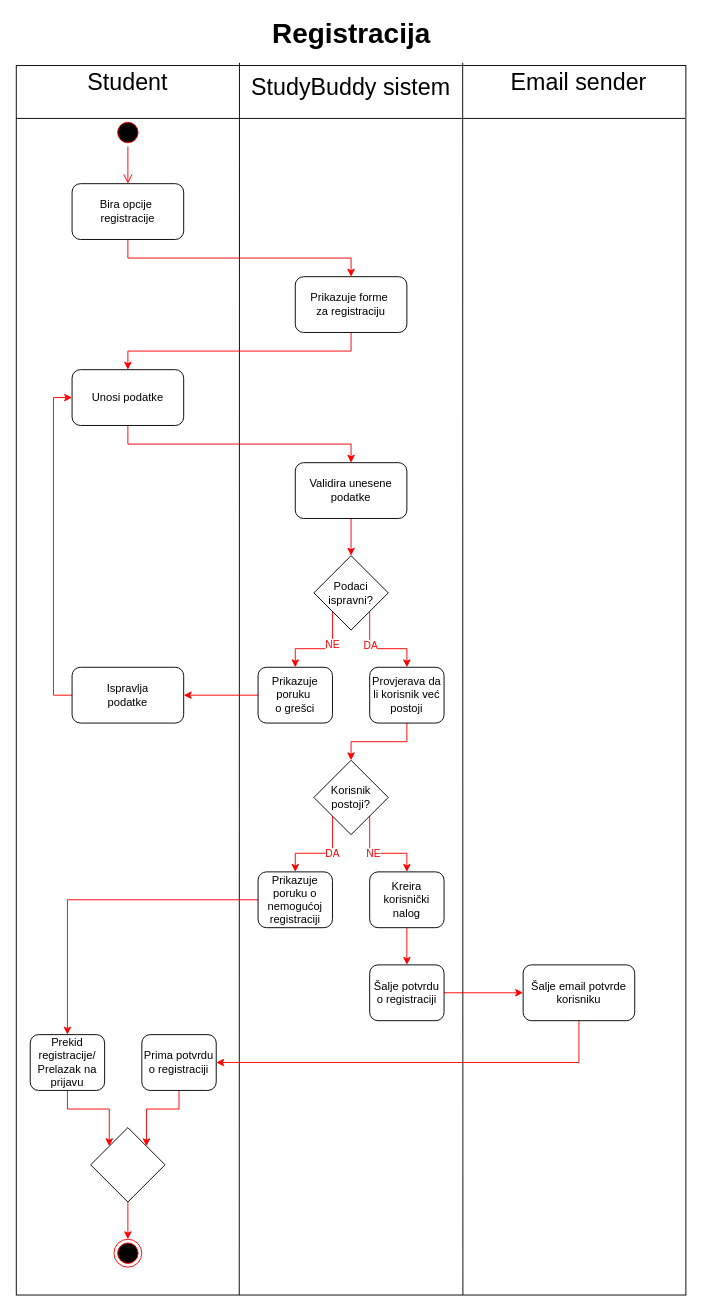
Before: activity dijagrami/raw/Activity_registracija.drawio in ooad-2025-26/Grupa8-Tim3, a draw.io diagram. Source tidied: cells renumbered, new cells numbered last; positions are measured from the earlier drawing's top-left corner, leaving out a move shared by most shapes. Both pictures are drawn from the tidied source at 93%, with x=0, y=0 at pixel (16, 20).
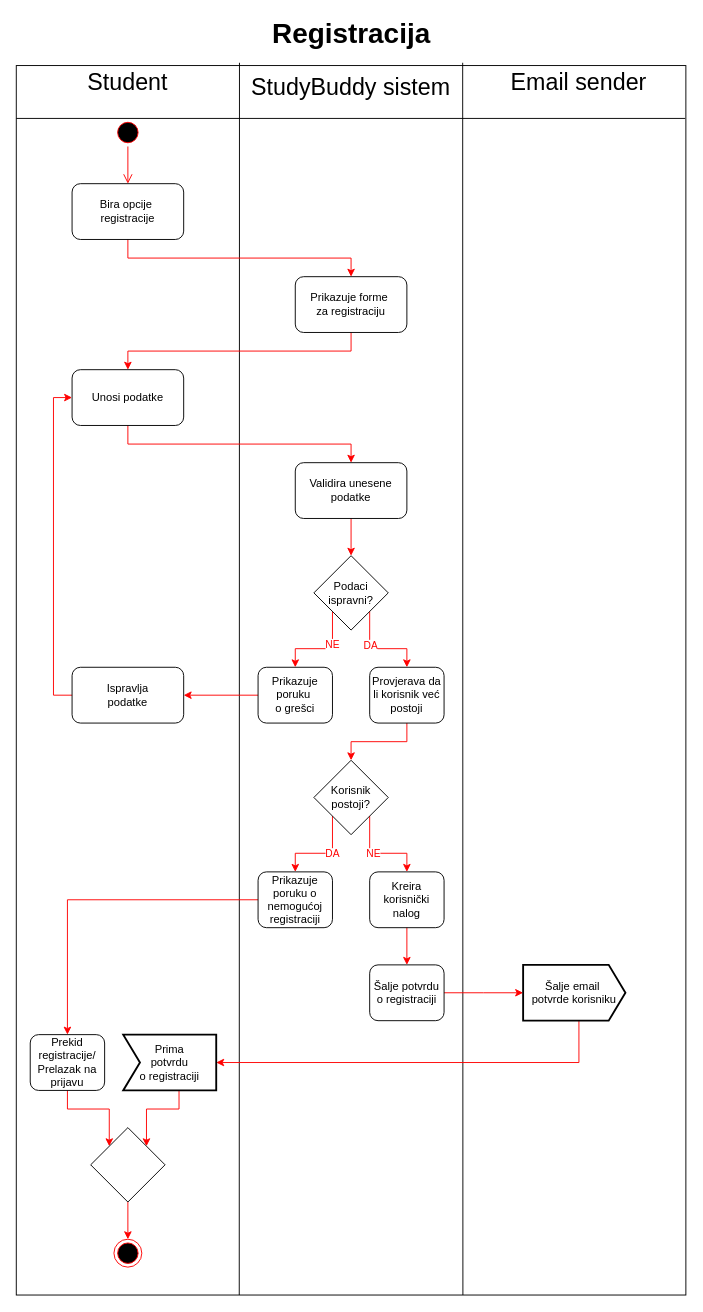
After the change.

Commit message (it also covers changes not shown here):
activity dijagrami - t3

The change refers to these unchanged cells:
```xml
<mxCell id="42" value="Šalje potvrdu o registraciji" style="rounded=1;whiteSpace=wrap;html=1;fillColor=none;strokeColor=light-dark(#000000,#000000);" parent="1" vertex="1">
  <mxGeometry x="380" y="1015" width="80" height="60" as="geometry" />
</mxCell>
```

What changed in the source:
```diff
@@
-    <mxCell id="39" style="edgeStyle=orthogonalEdgeStyle;rounded=0;jettySize=auto;html=1;exitX=0.5;exitY=1;exitDx=0;exitDy=0;entryX=1;entryY=0.5;entryDx=0;entryDy=0;strokeColor=#FF0000;fontColor=#FF0000;" parent="1" edge="1" source="40" target="49">
-      <mxGeometry relative="1" as="geometry" />
+    <mxCell id="39" style="edgeStyle=orthogonalEdgeStyle;rounded=0;orthogonalLoop=1;jettySize=auto;html=1;exitX=0.5;exitY=1;exitDx=0;exitDy=0;entryX=1;entryY=0.5;entryDx=0;entryDy=0;strokeColor=#FF0000;fontColor=#FF0000;" parent="1" edge="1">
+      <mxGeometry relative="1" as="geometry">
+        <mxPoint x="605" y="1075" as="sourcePoint" />
+        <mxPoint x="215" y="1120" as="targetPoint" />
+        <Array as="points">
+          <mxPoint x="605" y="1120" />
+        </Array>
+      </mxGeometry>
     </mxCell>
-    <mxCell id="40" value="Šalje email potvrde korisniku" style="rounded=1;whiteSpace=wrap;html=1;fillColor=none;strokeColor=light-dark(#000000,#000000);" parent="1" vertex="1">
-      <mxGeometry x="545" y="1015" width="120" height="60" as="geometry" />
-    </mxCell>
-    <mxCell id="41" style="edgeStyle=orthogonalEdgeStyle;rounded=0;jettySize=auto;html=1;exitX=1;exitY=0.5;exitDx=0;exitDy=0;entryX=0;entryY=0.5;entryDx=0;entryDy=0;strokeColor=#FF0000;fontColor=#FF0000;" parent="1" edge="1" source="42" target="40">
-      <mxGeometry relative="1" as="geometry" />
+    <mxCell id="41" style="edgeStyle=orthogonalEdgeStyle;rounded=0;jettySize=auto;html=1;exitX=1;exitY=0.5;exitDx=0;exitDy=0;entryX=0;entryY=0.5;entryDx=0;entryDy=0;strokeColor=#FF0000;fontColor=#FF0000;" parent="1" edge="1" source="42">
+      <mxGeometry relative="1" as="geometry">
+        <mxPoint x="545" y="1045" as="targetPoint" />
+      </mxGeometry>
     </mxCell>
@@
-    <mxCell id="48" style="edgeStyle=orthogonalEdgeStyle;rounded=0;jettySize=auto;html=1;exitX=0.5;exitY=1;exitDx=0;exitDy=0;entryX=1;entryY=0;entryDx=0;entryDy=0;strokeColor=#FF0000;" parent="1" edge="1" source="49" target="50">
-      <mxGeometry relative="1" as="geometry" />
+    <mxCell id="48" style="edgeStyle=orthogonalEdgeStyle;rounded=0;jettySize=auto;html=1;exitX=0.5;exitY=1;exitDx=0;exitDy=0;entryX=1;entryY=0;entryDx=0;entryDy=0;strokeColor=#FF0000;" parent="1" edge="1" target="50">
+      <mxGeometry relative="1" as="geometry">
+        <mxPoint x="175" y="1150" as="sourcePoint" />
+        <Array as="points">
+          <mxPoint x="175" y="1170" />
+          <mxPoint x="140" y="1170" />
+        </Array>
+      </mxGeometry>
     </mxCell>
+    <mxCell id="50" style="rhombus;whiteSpace=wrap;html=1;fillColor=none;" parent="1" vertex="1">
+      <mxGeometry x="80" y="1190" width="80" height="80" as="geometry" />
+    </mxCell>
+    <mxCell id="40" value="Šalje email&amp;nbsp;&lt;div&gt;potvrde korisniku&lt;/div&gt;" style="html=1;shape=mxgraph.sysml.sendSigAct;strokeWidth=2;whiteSpace=wrap;align=center;fillColor=none;" parent="1" vertex="1">
+      <mxGeometry x="545" y="1015" width="110" height="60" as="geometry" />
+    </mxCell>
-    <mxCell id="49" value="Prima potvrdu o registraciji" style="rounded=1;whiteSpace=wrap;html=1;fillColor=none;strokeColor=light-dark(#000000,#000000);" parent="1" vertex="1">
-      <mxGeometry x="135" y="1090" width="80" height="60" as="geometry" />
+    <mxCell id="49" value="Prima&lt;div&gt;&amp;nbsp;potvrdu&amp;nbsp;&lt;div&gt;o registraciji&lt;/div&gt;&lt;/div&gt;" style="html=1;shape=mxgraph.sysml.accEvent;strokeWidth=2;whiteSpace=wrap;align=center;fillColor=none;" parent="1" vertex="1">
+      <mxGeometry x="115" y="1090" width="100" height="60" as="geometry" />
     </mxCell>
-    <mxCell id="50" style="rhombus;whiteSpace=wrap;html=1;fillColor=none;" parent="1" vertex="1">
-      <mxGeometry x="80" y="1190" width="80" height="80" as="geometry" />
-    </mxCell>
```
